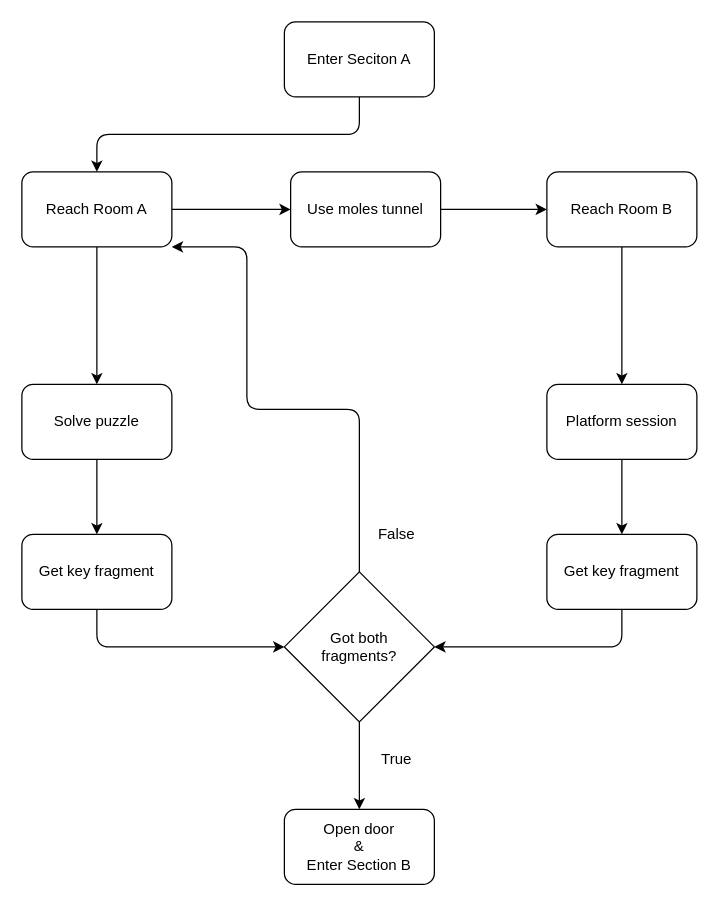
Before: Documentation/Diagrams/Section_A-1.drawio in andreacarrarini/HP_The_Dark_Lady_awakens, a draw.io diagram. Source tidied: cells renumbered, new cells numbered last; positions are measured from the earlier drawing's top-left corner, leaving out a move shared by most shapes. Both pictures are drawn from the tidied source at 125%, with x=0, y=0 at pixel (21, 21).
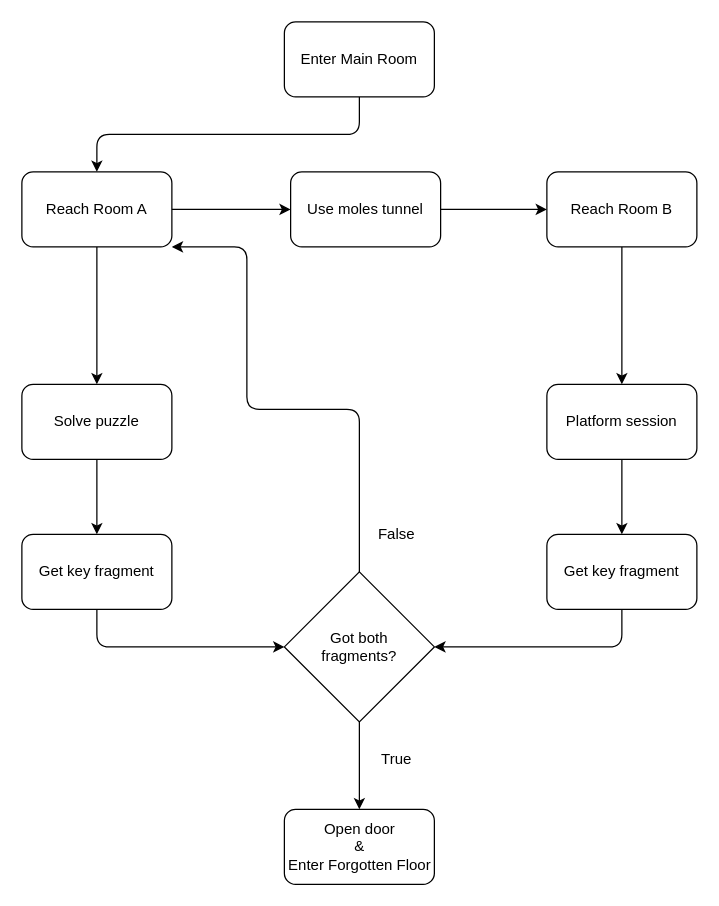
The same page after the edit.

Diff of the diagram source:
```diff
@@
-    <mxCell id="3" value="Enter Seciton A" style="text;html=1;strokeColor=none;fillColor=none;align=center;verticalAlign=middle;whiteSpace=wrap;rounded=0;" parent="1" vertex="1">
+    <mxCell id="3" value="Enter Main Room" style="text;html=1;strokeColor=none;fillColor=none;align=center;verticalAlign=middle;whiteSpace=wrap;rounded=0;" parent="1" vertex="1">
       <mxGeometry x="215" y="20" width="110" height="20" as="geometry" />
     </mxCell>
@@
-    <mxCell id="15" value="Open door&lt;br&gt;&amp;amp;&lt;br&gt;Enter Section B" style="text;html=1;strokeColor=none;fillColor=none;align=center;verticalAlign=middle;whiteSpace=wrap;rounded=0;" parent="1" vertex="1">
-      <mxGeometry x="215" y="650" width="110" height="20" as="geometry" />
+    <mxCell id="15" value="Open door&lt;br&gt;&amp;amp;&lt;br&gt;Enter Forgotten Floor" style="text;html=1;strokeColor=none;fillColor=none;align=center;verticalAlign=middle;whiteSpace=wrap;rounded=0;" parent="1" vertex="1">
+      <mxGeometry x="207.5" y="650" width="125" height="20" as="geometry" />
     </mxCell>
```
